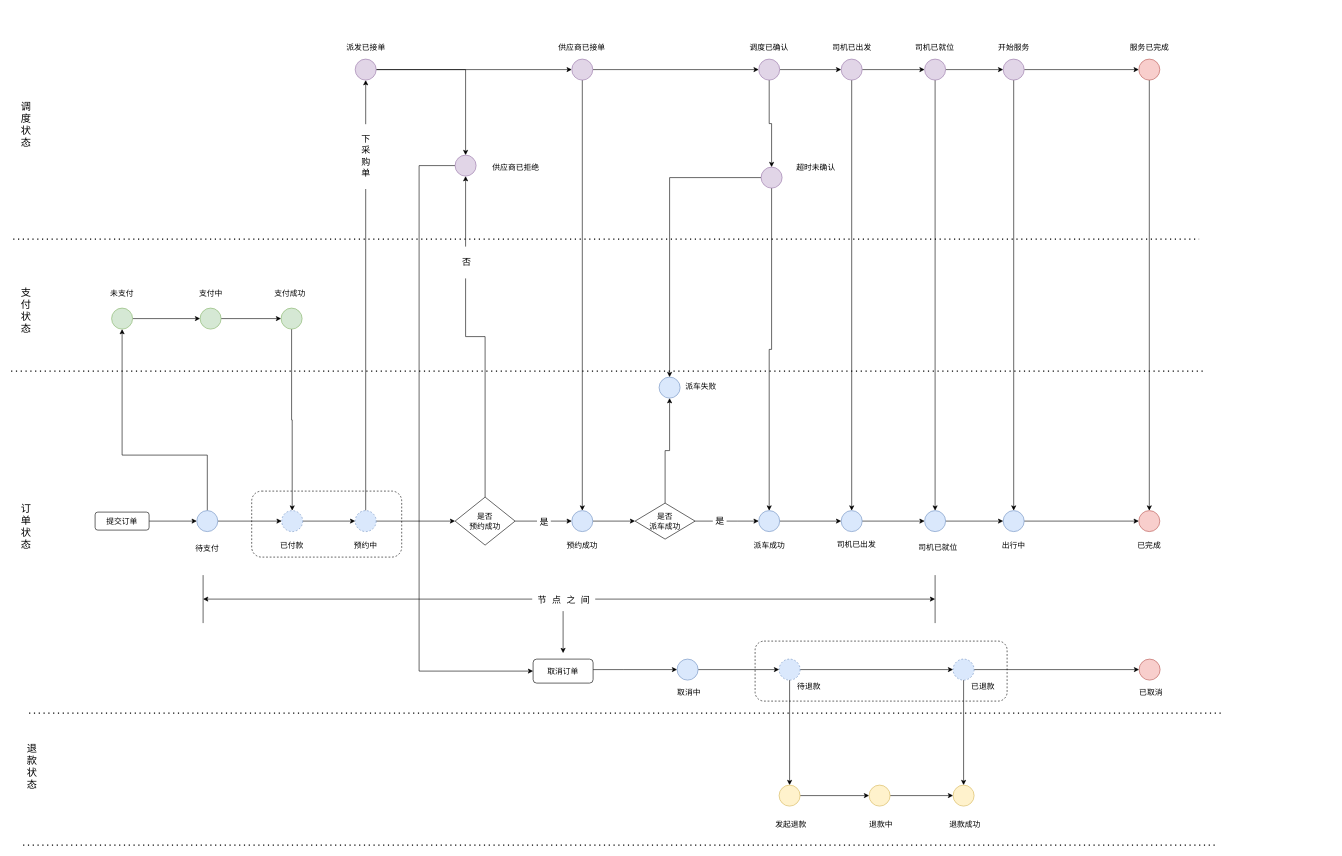
The draw.io diagram 状态机.drawio in nbnbnb/Draw, before the edit. Source tidied: cells renumbered, new cells numbered last; positions are measured from the earlier drawing's top-left corner, leaving out a move shared by most shapes. Both pictures are drawn from the tidied source at 60%, with x=0, y=0 at pixel (11, 41).
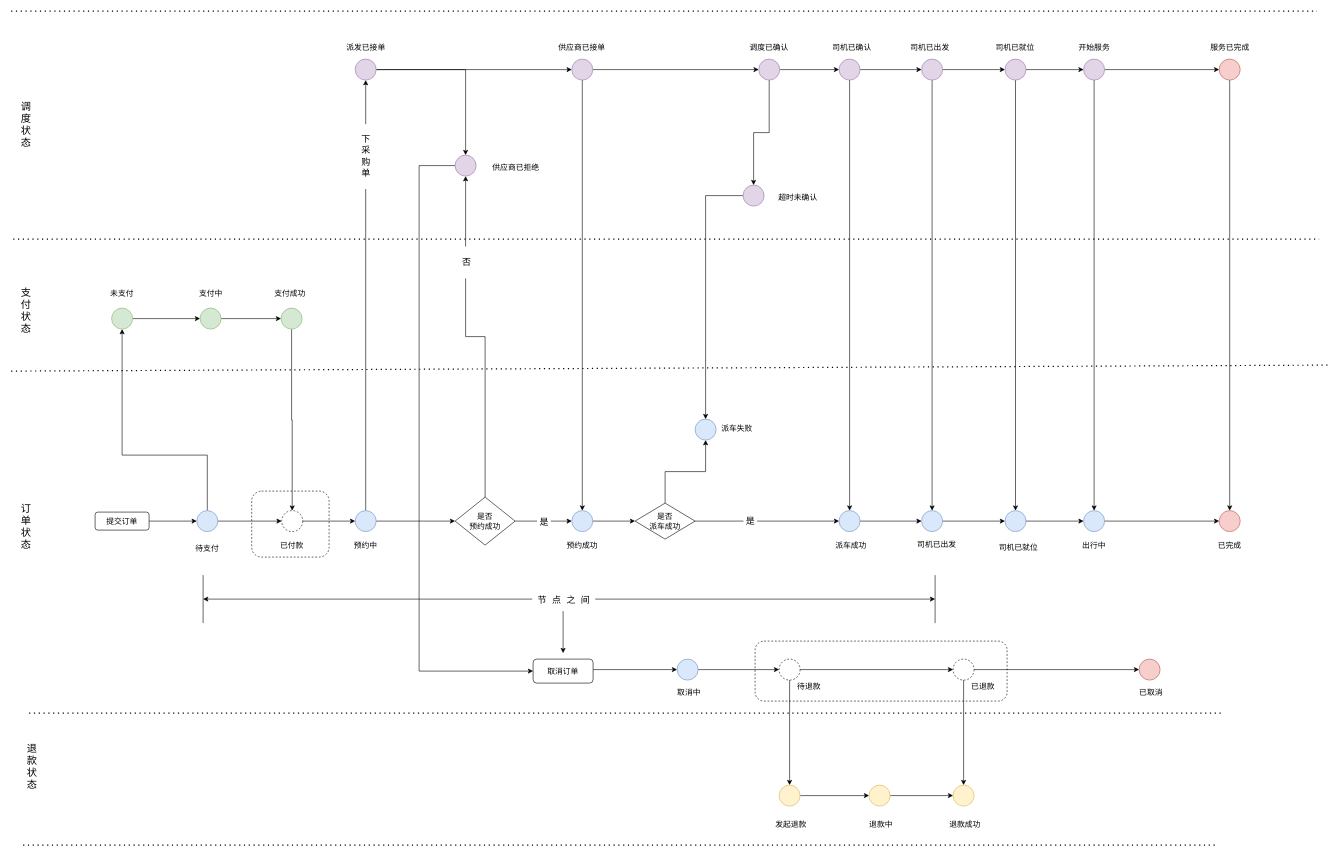
Above is the later version.

Commit message (it also covers changes not shown here):
更新状态机.drawio

The change refers to these unchanged cells:
```xml
<mxCell id="67" style="ellipse;whiteSpace=wrap;html=1;fontSize=13;fillColor=#e1d5e7;strokeColor=#9673a6;" parent="1" vertex="1">
  <mxGeometry x="1246" y="30" width="35" height="35" as="geometry" />
</mxCell>
```

Diff of the diagram source:
```diff
@@
     <mxCell id="3" style="rounded=1;whiteSpace=wrap;html=1;dashed=1;fontSize=13;" parent="1" vertex="1">
-      <mxGeometry x="401" y="750" width="250" height="110" as="geometry" />
+      <mxGeometry x="401" y="750" width="129" height="110" as="geometry" />
     </mxCell>
     <mxCell id="4" style="endArrow=none;dashed=1;html=1;dashPattern=1 3;strokeWidth=2;rounded=0;" parent="1" edge="1">
       <mxGeometry relative="1" as="geometry">
         <mxPoint x="3.5" y="330" as="sourcePoint" />
-        <mxPoint x="1980" y="330" as="targetPoint" />
+        <mxPoint x="2180" y="330" as="targetPoint" />
       </mxGeometry>
     </mxCell>
     <mxCell id="5" style="endArrow=none;dashed=1;html=1;dashPattern=1 3;strokeWidth=2;rounded=0;" parent="1" edge="1">
       <mxGeometry relative="1" as="geometry">
         <mxPoint y="550" as="sourcePoint" />
-        <mxPoint x="1990" y="550" as="targetPoint" />
+        <mxPoint x="2200" y="540" as="targetPoint" />
       </mxGeometry>
     </mxCell>
@@
-    <mxCell id="15" style="ellipse;whiteSpace=wrap;html=1;fontSize=13;dashed=1;fillColor=#dae8fc;strokeColor=#6c8ebf;" parent="1" vertex="1">
+    <mxCell id="15" style="ellipse;whiteSpace=wrap;html=1;fontSize=13;dashed=1;" parent="1" vertex="1">
       <mxGeometry x="451" y="782.5" width="35" height="35" as="geometry" />
     </mxCell>
@@
-    <mxCell id="19" style="ellipse;whiteSpace=wrap;html=1;fontSize=13;dashed=1;fillColor=#dae8fc;strokeColor=#6c8ebf;" parent="1" vertex="1">
+    <mxCell id="19" style="ellipse;whiteSpace=wrap;html=1;fontSize=13;fillColor=#dae8fc;strokeColor=#6c8ebf;" parent="1" vertex="1">
       <mxGeometry x="573.5" y="782.5" width="35" height="35" as="geometry" />
     </mxCell>
@@
     <mxCell id="36" style="ellipse;whiteSpace=wrap;html=1;fontSize=13;fillColor=#dae8fc;strokeColor=#6c8ebf;" parent="1" vertex="1">
-      <mxGeometry x="1246" y="782.5" width="35" height="35" as="geometry" />
+      <mxGeometry x="1380" y="782.5" width="35" height="35" as="geometry" />
     </mxCell>
     <mxCell id="37" value="派车成功" style="text;html=1;strokeColor=none;fillColor=none;align=center;verticalAlign=middle;whiteSpace=wrap;rounded=0;fontSize=13;" parent="1" vertex="1">
-      <mxGeometry x="1233.5" y="825" width="60" height="30" as="geometry" />
+      <mxGeometry x="1370" y="825" width="60" height="30" as="geometry" />
     </mxCell>
@@
     <mxCell id="39" style="ellipse;whiteSpace=wrap;html=1;fontSize=13;fillColor=#dae8fc;strokeColor=#6c8ebf;" parent="1" vertex="1">
-      <mxGeometry x="1383.5" y="782.5" width="35" height="35" as="geometry" />
+      <mxGeometry x="1517.5" y="782.5" width="35" height="35" as="geometry" />
     </mxCell>
     <mxCell id="40" value="司机已出发" style="text;html=1;strokeColor=none;fillColor=none;align=center;verticalAlign=middle;whiteSpace=wrap;rounded=0;fontSize=13;" parent="1" vertex="1">
-      <mxGeometry x="1371" y="825" width="76" height="25" as="geometry" />
+      <mxGeometry x="1505" y="825" width="76" height="25" as="geometry" />
     </mxCell>
@@
     <mxCell id="42" style="ellipse;whiteSpace=wrap;html=1;fontSize=13;fillColor=#dae8fc;strokeColor=#6c8ebf;" parent="1" vertex="1">
-      <mxGeometry x="1522.5" y="782.5" width="35" height="35" as="geometry" />
+      <mxGeometry x="1656.5" y="782.5" width="35" height="35" as="geometry" />
     </mxCell>
     <mxCell id="43" value="司机已就位" style="text;html=1;strokeColor=none;fillColor=none;align=center;verticalAlign=middle;whiteSpace=wrap;rounded=0;fontSize=13;" parent="1" vertex="1">
-      <mxGeometry x="1510" y="825" width="70" height="35" as="geometry" />
+      <mxGeometry x="1644" y="825" width="70" height="35" as="geometry" />
     </mxCell>
@@
     <mxCell id="45" style="ellipse;whiteSpace=wrap;html=1;fontSize=13;fillColor=#dae8fc;strokeColor=#6c8ebf;" parent="1" vertex="1">
-      <mxGeometry x="1653.5" y="782.5" width="35" height="35" as="geometry" />
+      <mxGeometry x="1787.5" y="782.5" width="35" height="35" as="geometry" />
     </mxCell>
     <mxCell id="46" value="出行中" style="text;html=1;strokeColor=none;fillColor=none;align=center;verticalAlign=middle;whiteSpace=wrap;rounded=0;fontSize=13;" parent="1" vertex="1">
-      <mxGeometry x="1641" y="825" width="60" height="30" as="geometry" />
+      <mxGeometry x="1775" y="825" width="60" height="30" as="geometry" />
     </mxCell>
     <mxCell id="47" style="ellipse;whiteSpace=wrap;html=1;fontSize=13;fillColor=#f8cecc;strokeColor=#b85450;" parent="1" vertex="1">
-      <mxGeometry x="1879.5" y="782.5" width="35" height="35" as="geometry" />
+      <mxGeometry x="2013.5" y="782.5" width="35" height="35" as="geometry" />
     </mxCell>
     <mxCell id="48" value="已完成" style="text;html=1;strokeColor=none;fillColor=none;align=center;verticalAlign=middle;whiteSpace=wrap;rounded=0;fontSize=13;" parent="1" vertex="1">
-      <mxGeometry x="1867" y="825" width="60" height="30" as="geometry" />
+      <mxGeometry x="2001" y="825" width="60" height="30" as="geometry" />
     </mxCell>
@@
-    <mxCell id="64" style="edgeStyle=orthogonalEdgeStyle;rounded=0;jettySize=auto;html=1;entryX=0.5;entryY=0;entryDx=0;entryDy=0;fontSize=17;exitX=0.5;exitY=1;exitDx=0;exitDy=0;" parent="1" edge="1" source="123" target="36">
-      <mxGeometry relative="1" as="geometry" />
-    </mxCell>
-    <mxCell id="65" style="edgeStyle=orthogonalEdgeStyle;rounded=0;jettySize=auto;html=1;exitX=1;exitY=0.5;exitDx=0;exitDy=0;entryX=0;entryY=0.5;entryDx=0;entryDy=0;fontFamily=Lucida Console;fontSize=15;" parent="1" edge="1" source="67" target="70">
-      <mxGeometry relative="1" as="geometry" />
-    </mxCell>
@@
+    <mxCell id="125" style="edgeStyle=orthogonalEdgeStyle;rounded=0;jettySize=auto;html=1;entryX=0;entryY=0.5;entryDx=0;entryDy=0;fontFamily=Lucida Console;fontSize=15;" parent="1" edge="1" source="67" target="128">
+      <mxGeometry relative="1" as="geometry" />
+    </mxCell>
@@
     <mxCell id="70" style="ellipse;whiteSpace=wrap;html=1;fontSize=13;fillColor=#e1d5e7;strokeColor=#9673a6;" parent="1" vertex="1">
-      <mxGeometry x="1383.5" y="30" width="35" height="35" as="geometry" />
+      <mxGeometry x="1517.5" y="30" width="35" height="35" as="geometry" />
     </mxCell>
@@
     <mxCell id="73" style="ellipse;whiteSpace=wrap;html=1;fontSize=13;fillColor=#e1d5e7;strokeColor=#9673a6;" parent="1" vertex="1">
-      <mxGeometry x="1522.5" y="30" width="35" height="35" as="geometry" />
+      <mxGeometry x="1656.5" y="30" width="35" height="35" as="geometry" />
     </mxCell>
@@
     <mxCell id="76" style="ellipse;whiteSpace=wrap;html=1;fontSize=13;fillColor=#e1d5e7;strokeColor=#9673a6;" parent="1" vertex="1">
-      <mxGeometry x="1653.5" y="30" width="35" height="35" as="geometry" />
+      <mxGeometry x="1787.5" y="30" width="35" height="35" as="geometry" />
     </mxCell>
@@
     <mxCell id="78" style="ellipse;whiteSpace=wrap;html=1;fontSize=13;fillColor=#f8cecc;strokeColor=#b85450;" parent="1" vertex="1">
-      <mxGeometry x="1879.5" y="30" width="35" height="35" as="geometry" />
+      <mxGeometry x="2013.5" y="30" width="35" height="35" as="geometry" />
     </mxCell>
@@
     <mxCell id="80" value="司机已出发" style="text;html=1;strokeColor=none;fillColor=none;align=center;verticalAlign=middle;whiteSpace=wrap;rounded=0;fontSize=13;" parent="1" vertex="1">
-      <mxGeometry x="1359.8" width="82.5" height="20" as="geometry" />
+      <mxGeometry x="1490" width="82.5" height="20" as="geometry" />
     </mxCell>
     <mxCell id="81" value="司机已就位" style="text;html=1;strokeColor=none;fillColor=none;align=center;verticalAlign=middle;whiteSpace=wrap;rounded=0;fontSize=13;" parent="1" vertex="1">
-      <mxGeometry x="1497.5" width="82.5" height="20" as="geometry" />
+      <mxGeometry x="1631.5" width="82.5" height="20" as="geometry" />
     </mxCell>
     <mxCell id="82" value="开始服务" style="text;html=1;strokeColor=none;fillColor=none;align=center;verticalAlign=middle;whiteSpace=wrap;rounded=0;fontSize=13;" parent="1" vertex="1">
-      <mxGeometry x="1629.8" width="82.5" height="20" as="geometry" />
+      <mxGeometry x="1763.8" width="82.5" height="20" as="geometry" />
     </mxCell>
     <mxCell id="83" value="服务已完成" style="text;html=1;strokeColor=none;fillColor=none;align=center;verticalAlign=middle;whiteSpace=wrap;rounded=0;fontSize=13;" parent="1" vertex="1">
-      <mxGeometry x="1855.8" width="82.5" height="20" as="geometry" />
+      <mxGeometry x="1989.8" width="82.5" height="20" as="geometry" />
     </mxCell>
@@
-    <mxCell id="100" style="ellipse;whiteSpace=wrap;html=1;fontSize=13;dashed=1;fillColor=#dae8fc;strokeColor=#6c8ebf;" parent="1" vertex="1">
+    <mxCell id="100" style="ellipse;whiteSpace=wrap;html=1;fontSize=13;dashed=1;" parent="1" vertex="1">
       <mxGeometry x="1280" y="1030" width="35" height="35" as="geometry" />
     </mxCell>
@@
-    <mxCell id="103" style="ellipse;whiteSpace=wrap;html=1;fontSize=13;dashed=1;fillColor=#dae8fc;strokeColor=#6c8ebf;" parent="1" vertex="1">
+    <mxCell id="103" style="ellipse;whiteSpace=wrap;html=1;fontSize=13;dashed=1;" parent="1" vertex="1">
       <mxGeometry x="1570" y="1030" width="35" height="35" as="geometry" />
     </mxCell>
@@
     <mxCell id="120" style="ellipse;whiteSpace=wrap;html=1;fontSize=13;fillColor=#dae8fc;strokeColor=#6c8ebf;" parent="1" vertex="1">
-      <mxGeometry x="1080" y="560" width="35" height="35" as="geometry" />
+      <mxGeometry x="1140" y="630" width="35" height="35" as="geometry" />
     </mxCell>
     <mxCell id="121" value="派车失败" style="text;html=1;strokeColor=none;fillColor=none;align=center;verticalAlign=middle;whiteSpace=wrap;rounded=0;fontSize=13;" parent="1" vertex="1">
-      <mxGeometry x="1120" y="560" width="60" height="30" as="geometry" />
+      <mxGeometry x="1180" y="630" width="60" height="30" as="geometry" />
     </mxCell>
@@
     <mxCell id="123" style="ellipse;whiteSpace=wrap;html=1;fontSize=13;fillColor=#e1d5e7;strokeColor=#9673a6;" parent="1" vertex="1">
-      <mxGeometry x="1250" y="210" width="35" height="35" as="geometry" />
+      <mxGeometry x="1220" y="240" width="35" height="35" as="geometry" />
     </mxCell>
     <mxCell id="124" value="超时未确认" style="text;html=1;strokeColor=none;fillColor=none;align=center;verticalAlign=middle;whiteSpace=wrap;rounded=0;fontSize=13;" parent="1" vertex="1">
-      <mxGeometry x="1300" y="200" width="82.5" height="20" as="geometry" />
+      <mxGeometry x="1270" y="250" width="82.5" height="20" as="geometry" />
     </mxCell>
+    <mxCell id="126" style="edgeStyle=orthogonalEdgeStyle;rounded=0;jettySize=auto;html=1;entryX=0;entryY=0.5;entryDx=0;entryDy=0;fontFamily=Lucida Console;fontSize=15;" parent="1" edge="1" source="128" target="70">
+      <mxGeometry relative="1" as="geometry" />
+    </mxCell>
+    <mxCell id="127" style="edgeStyle=orthogonalEdgeStyle;rounded=0;jettySize=auto;html=1;entryX=0.5;entryY=0;entryDx=0;entryDy=0;fontFamily=Lucida Console;fontSize=15;" parent="1" edge="1" source="128" target="36">
+      <mxGeometry relative="1" as="geometry" />
+    </mxCell>
+    <mxCell id="128" style="ellipse;whiteSpace=wrap;html=1;fontSize=13;fillColor=#e1d5e7;strokeColor=#9673a6;" parent="1" vertex="1">
+      <mxGeometry x="1380" y="30" width="35" height="35" as="geometry" />
+    </mxCell>
+    <mxCell id="129" value="司机已确认" style="text;html=1;strokeColor=none;fillColor=none;align=center;verticalAlign=middle;whiteSpace=wrap;rounded=0;fontSize=13;" parent="1" vertex="1">
+      <mxGeometry x="1360" width="82.5" height="20" as="geometry" />
+    </mxCell>
+    <mxCell id="130" style="endArrow=none;dashed=1;html=1;dashPattern=1 3;strokeWidth=2;rounded=0;" parent="1" edge="1">
+      <mxGeometry relative="1" as="geometry">
+        <mxPoint y="-50" as="sourcePoint" />
+        <mxPoint x="2176.5" y="-50" as="targetPoint" />
+      </mxGeometry>
+    </mxCell>
```
